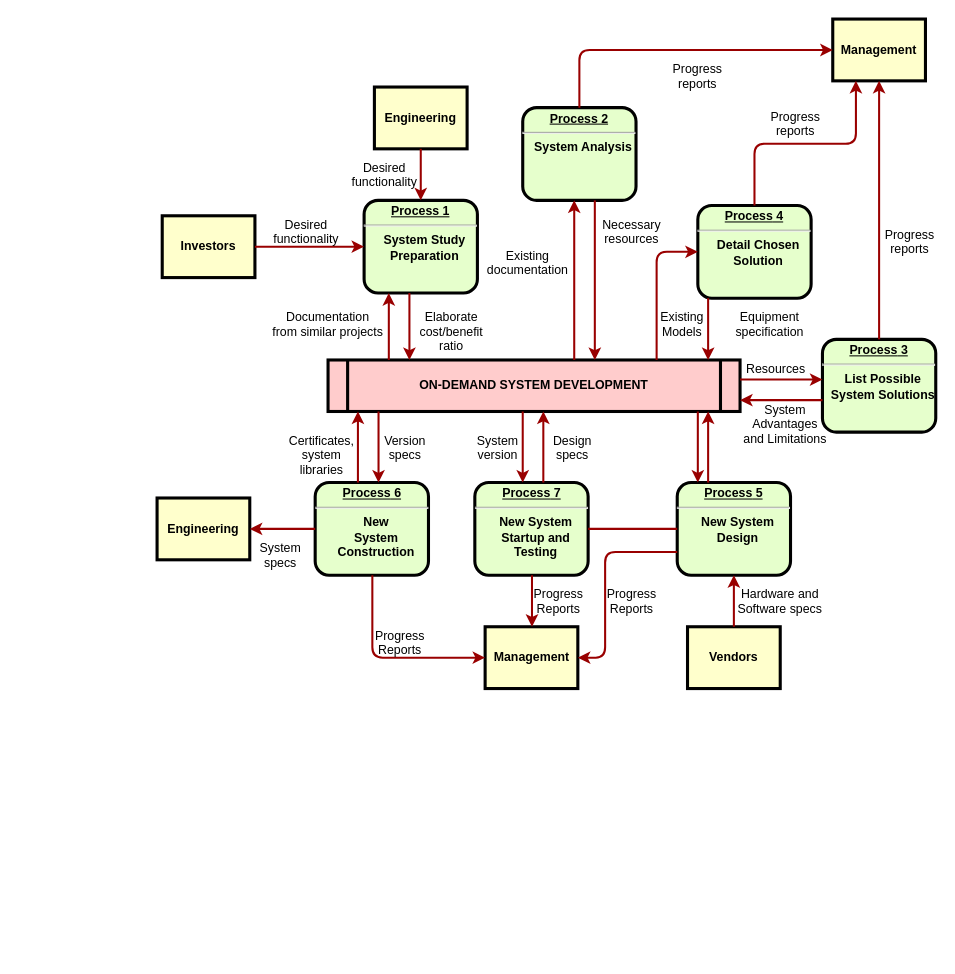
Earlier version of the draw.io diagram 未命名绘图.drawio (zhuxiaoyi412826/gongzuo). Source tidied: cells renumbered, new cells numbered last; positions are measured from the earlier drawing's top-left corner, leaving out a move shared by most shapes. Both pictures are drawn from the tidied source at 103%, with x=0, y=0 at pixel (157, 19).
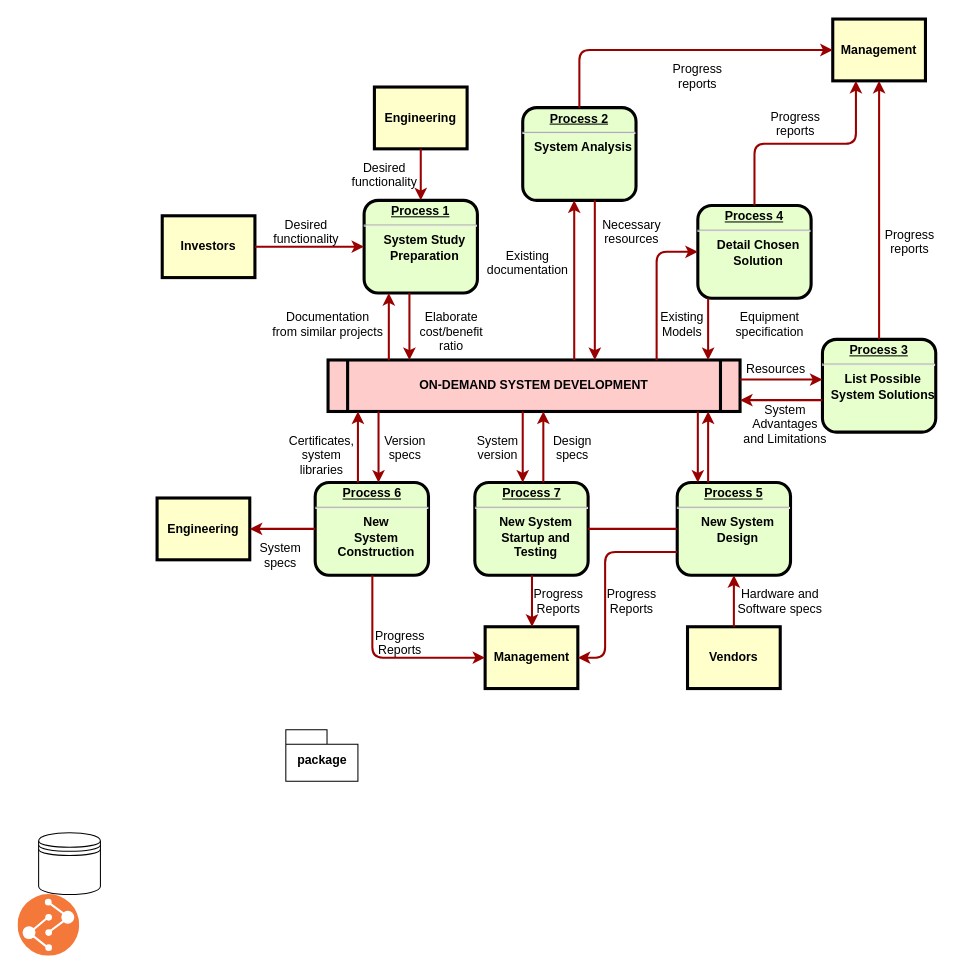
Above is the later version.

Commit message:
更新未命名绘图.drawio

Change to the diagram source:
```diff
@@
+    <mxCell id="63" value="package" style="shape=folder;fontStyle=1;spacingTop=10;tabWidth=40;tabHeight=14;tabPosition=left;html=1;" parent="1" vertex="1">
+      <mxGeometry x="125" y="690" width="70" height="50" as="geometry" />
+    </mxCell>
+    <mxCell id="64" style="shape=datastore;whiteSpace=wrap;html=1;" parent="1" vertex="1">
+      <mxGeometry x="-115" y="790" width="60" height="60" as="geometry" />
+    </mxCell>
+    <mxCell id="65" style="perimeter=ellipsePerimeter;html=1;align=center;shadow=0;dashed=0;fontColor=#4277BB;labelBackgroundColor=#ffffff;fontSize=12;spacingTop=3;image;image=img/lib/ibm/devops/build_test.svg;" parent="1" vertex="1">
+      <mxGeometry x="-135" y="850" width="60" height="60" as="geometry" />
+    </mxCell>
```
